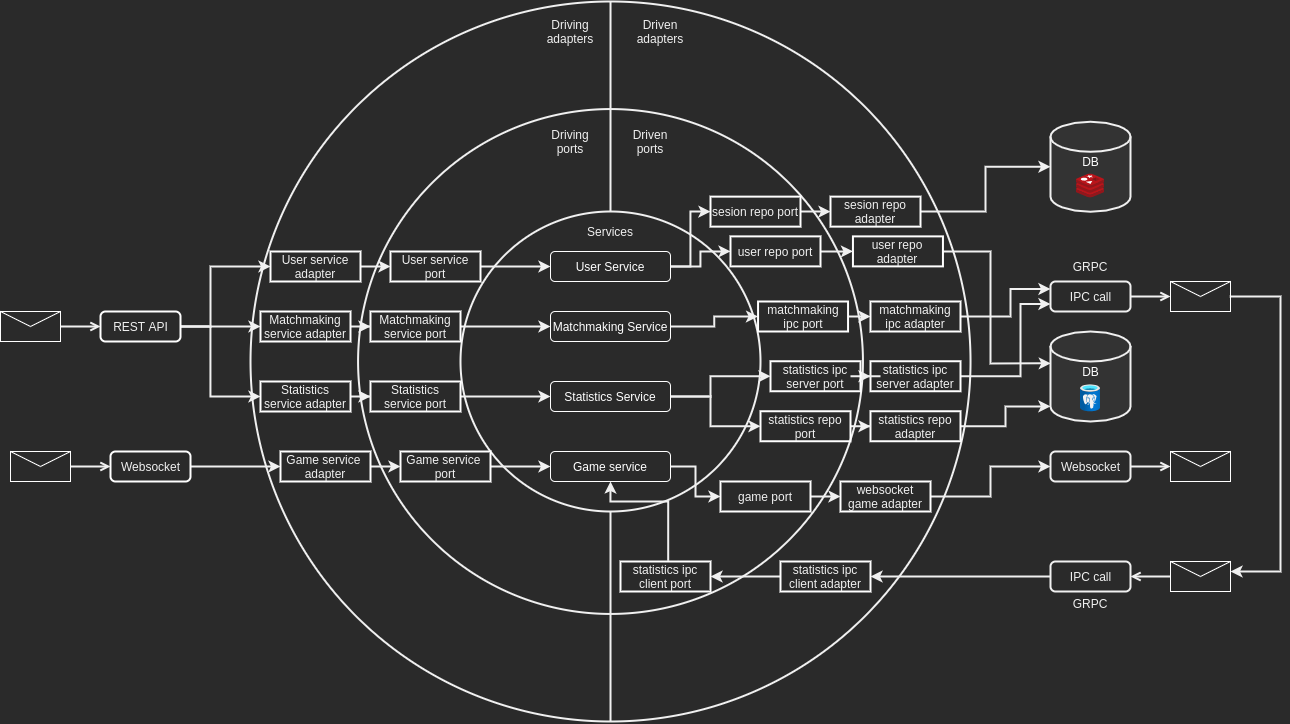
Above: docs/software_architecture.png in JonasMuehlmann/tetris_battle_royale (draw.io), before the change. Source tidied: cells renumbered, new cells last; positions are measured from the earlier drawing's top-left corner, leaving out a move shared by most shapes.
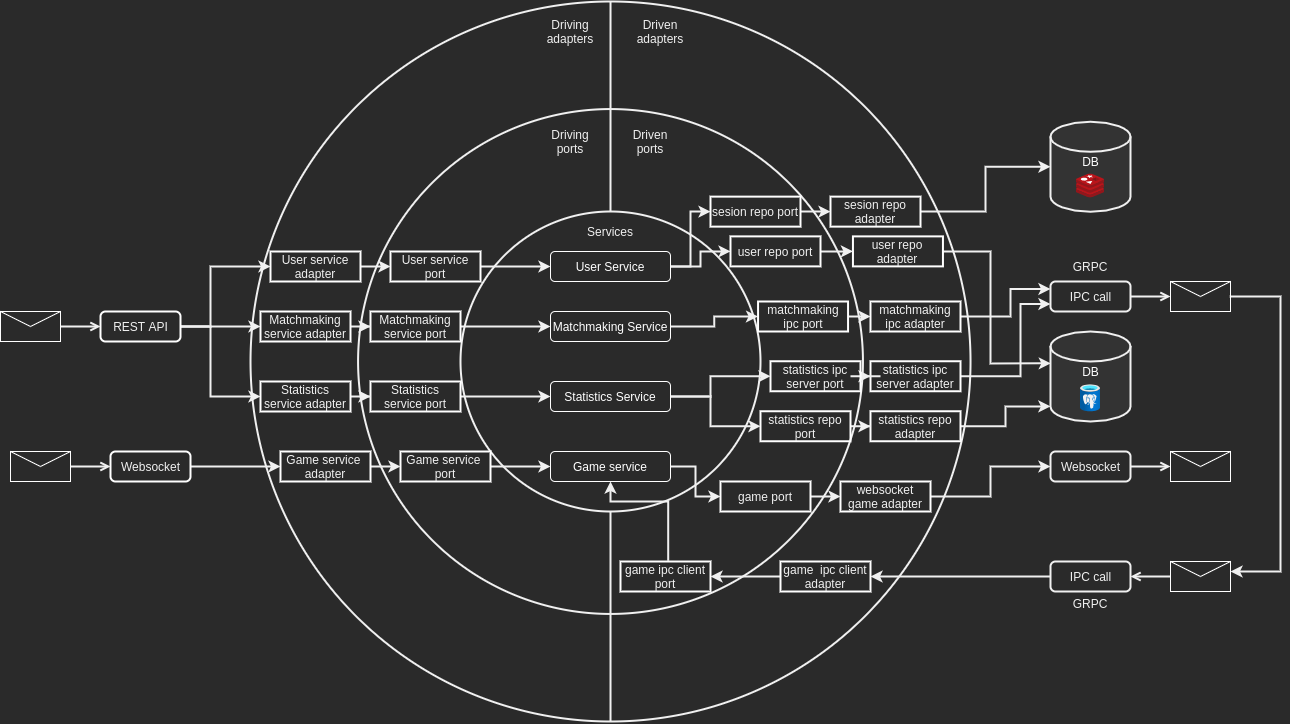
The same diagram one commit later.

Commit message:
docs: fix a diagram error

The edit, as a diff of the source:
```diff
@@ -299,7 +299,7 @@
     <mxCell id="85" style="edgeStyle=orthogonalEdgeStyle;rounded=0;jettySize=auto;html=1;entryX=1;entryY=0.5;entryDx=0;entryDy=0;startArrow=none;startFill=0;endArrow=classic;endFill=1;strokeWidth=2;" parent="1" edge="1" source="86" target="88">
       <mxGeometry relative="1" as="geometry" />
     </mxCell>
-    <mxCell id="86" value="statistics ipc client adapter" style="whiteSpace=wrap;html=1;strokeColor=#FFFFFF;strokeWidth=2;fillColor=none;align=center;" parent="1" vertex="1">
+    <mxCell id="86" value="game&amp;nbsp;&amp;nbsp;ipc client adapter" style="whiteSpace=wrap;html=1;strokeColor=#FFFFFF;strokeWidth=2;fillColor=none;align=center;" parent="1" vertex="1">
       <mxGeometry x="780" y="560" width="90" height="30" as="geometry" />
     </mxCell>
     <mxCell id="87" style="edgeStyle=orthogonalEdgeStyle;rounded=0;jettySize=auto;html=1;entryX=0.5;entryY=1;entryDx=0;entryDy=0;startArrow=none;startFill=0;endArrow=classic;endFill=1;strokeWidth=2;exitX=0.53;exitY=-0.022;exitDx=0;exitDy=0;exitPerimeter=0;" parent="1" edge="1" source="88" target="19">
@@ -310,7 +310,7 @@
         </Array>
       </mxGeometry>
     </mxCell>
-    <mxCell id="88" value="statistics ipc client port" style="whiteSpace=wrap;html=1;strokeColor=#FFFFFF;strokeWidth=2;fillColor=none;align=center;" parent="1" vertex="1">
+    <mxCell id="88" value="game ipc client port" style="whiteSpace=wrap;html=1;strokeColor=#FFFFFF;strokeWidth=2;fillColor=none;align=center;" parent="1" vertex="1">
       <mxGeometry x="620" y="560" width="90" height="30" as="geometry" />
     </mxCell>
     <mxCell id="89" style="edgeStyle=orthogonalEdgeStyle;rounded=0;jettySize=auto;html=1;startArrow=none;startFill=0;endArrow=classic;endFill=1;strokeWidth=2;" parent="1" edge="1" source="90" target="92">
```
